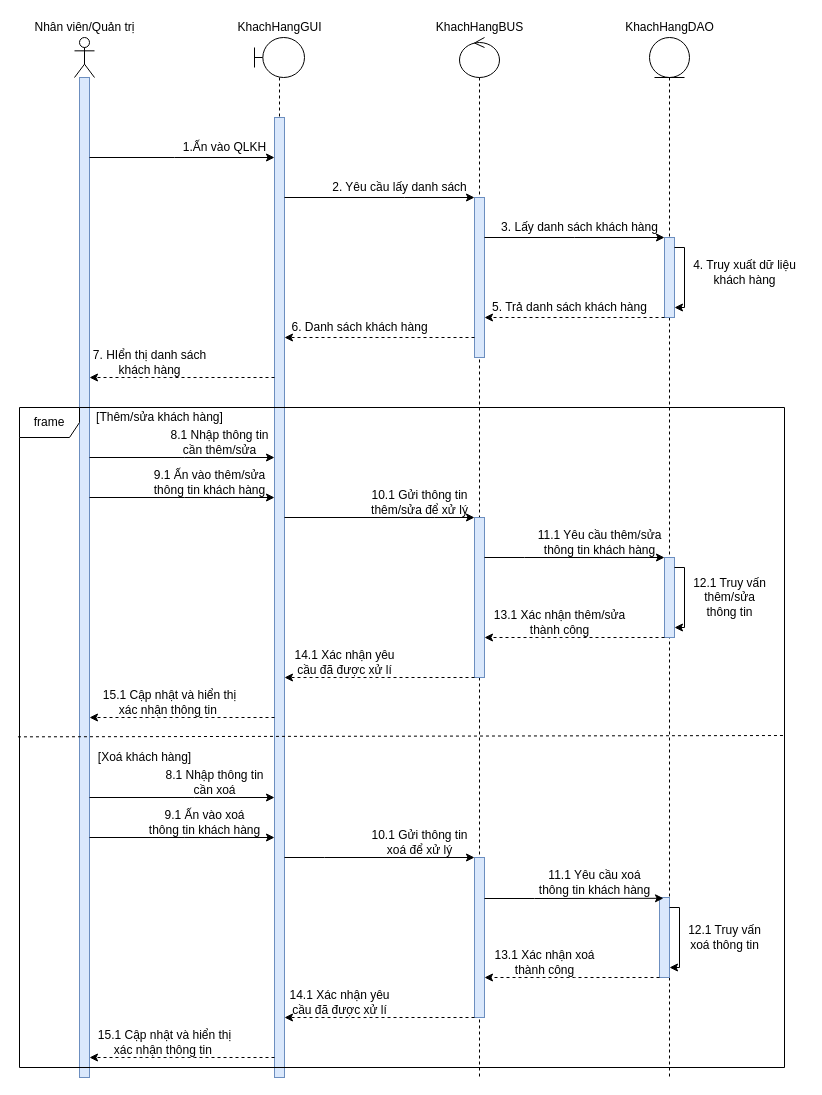
Above: Sequence Diagrams/Nguyên Lộc/SD_QuảnLíKháchHàng.drawio in EdgarIgnite16/OOAD-Project (draw.io), before the change. Source tidied: cells renumbered, new cells numbered last; positions are measured from the earlier drawing's top-left corner, leaving out a move shared by most shapes. Both pictures are drawn from the tidied source at 100%, with x=0, y=0 at pixel (19, 17).
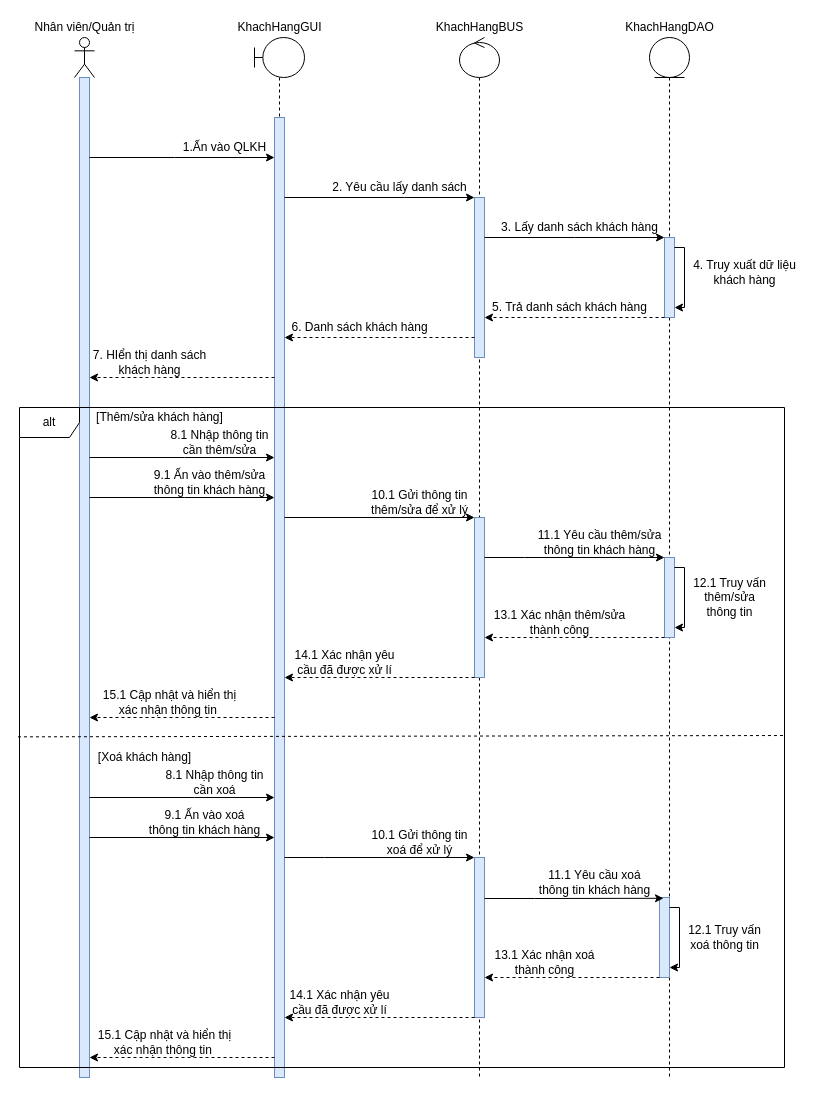
The same page after the edit.

What changed in the source:
```diff
@@
-    <mxCell id="64" value="frame" style="shape=umlFrame;whiteSpace=wrap;html=1;" parent="1" vertex="1">
+    <mxCell id="64" value="alt" style="shape=umlFrame;whiteSpace=wrap;html=1;" parent="1" vertex="1">
       <mxGeometry y="390" width="765" height="660" as="geometry" />
     </mxCell>
```
